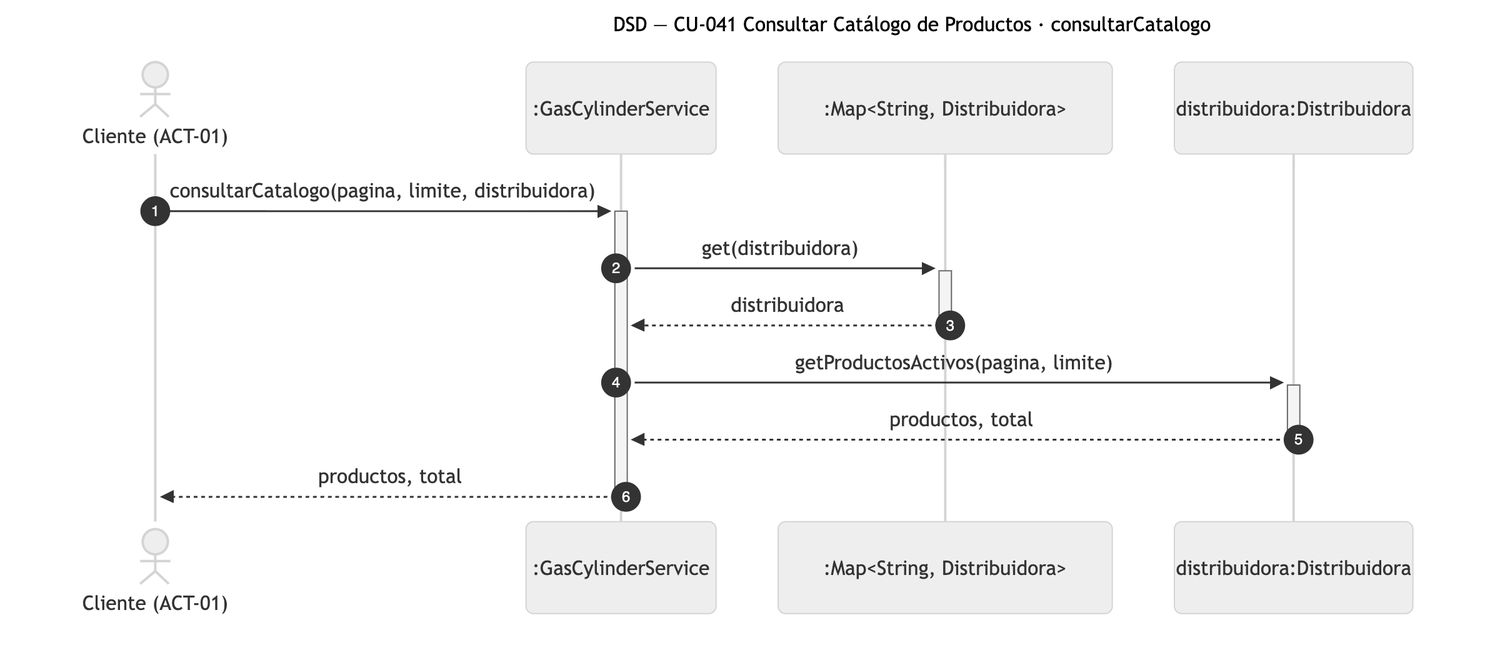
This is diagramas/png/DSD_CU-041_consultarCatalogo.png from Nahuelito-Dev/splg-docs, a Mermaid export, as it was before one commit. Its source is kept beside it as diagramas/DSD_CU-041_consultarCatalogo.mmd.
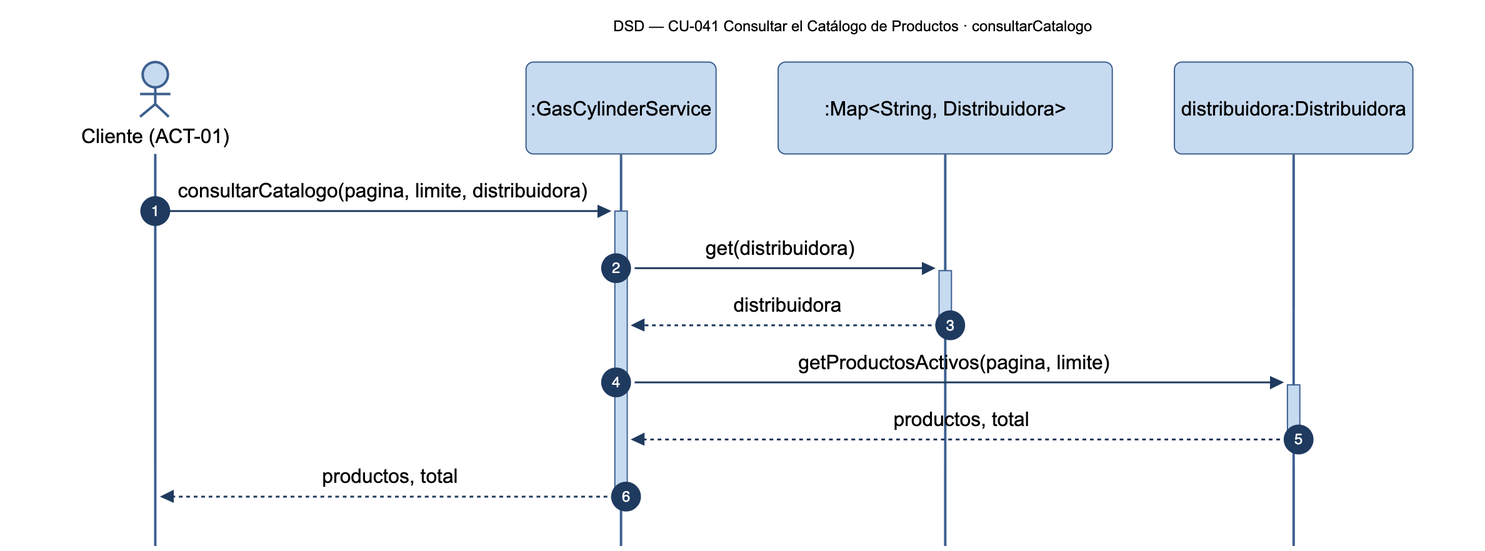
The same file after the commit.

Change to the diagram source:
```diff
@@ -1,5 +1,5 @@
 sequenceDiagram
-    title DSD — CU-041 Consultar Catálogo de Productos · consultarCatalogo
+    title DSD — CU-041 Consultar el Catálogo de Productos · consultarCatalogo
     autonumber
     actor CLI as Cliente (ACT-01)
     participant SRV as :GasCylinderService
```
